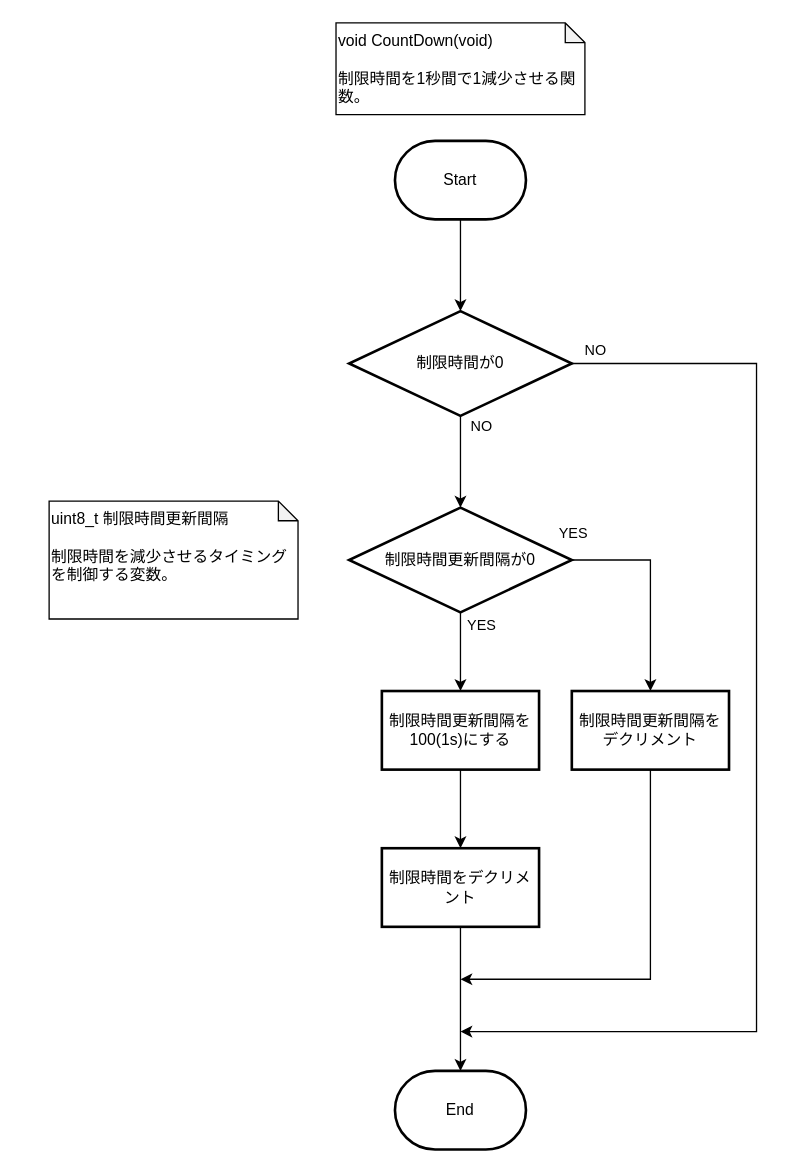
Earlier version of the draw.io diagram page "カウントダウン" (5 of 7) of 資料/設計書/フローチャート/モグラ叩き_フローチャート_ゲーム中.drawio (hakohumi/comp.train.whack-a-mole). Source tidied: cells renumbered, new cells numbered last; positions are measured from the earlier drawing's top-left corner, leaving out a move shared by most shapes. Both pictures are drawn from the tidied source at 131%, with x=0, y=0 at pixel (48, 22).
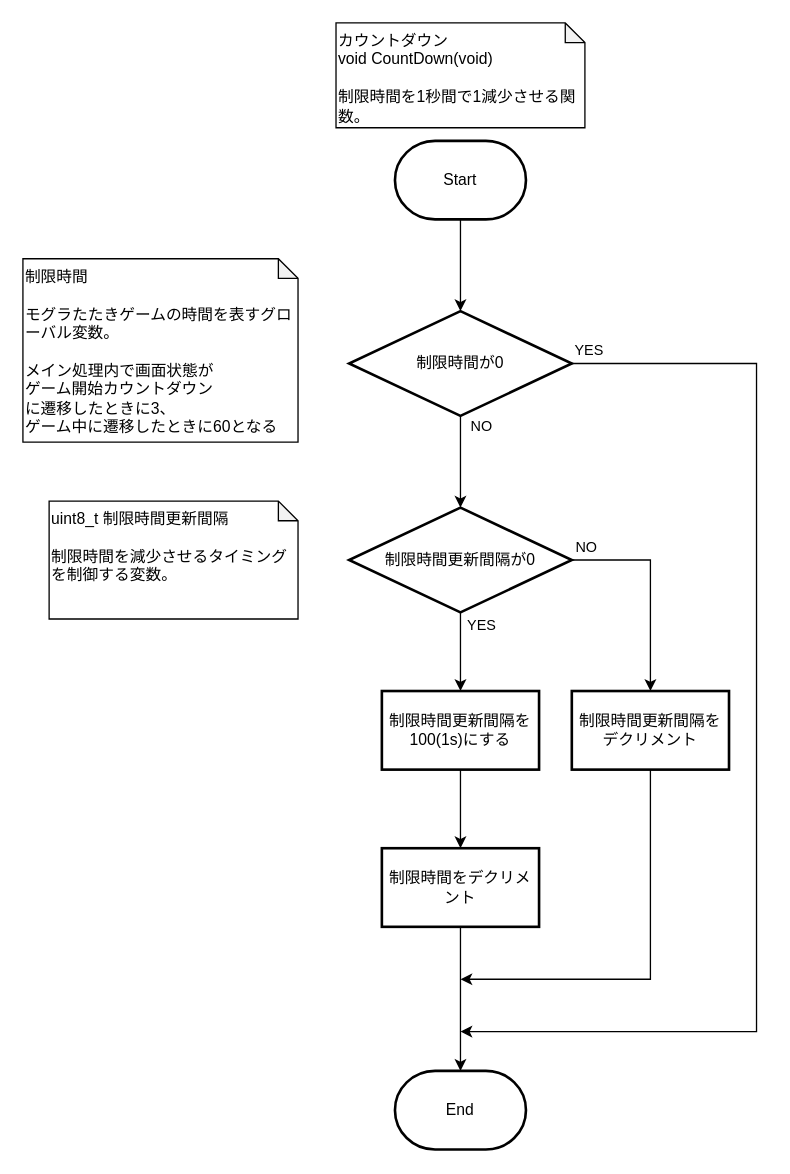
After the change.

Unchanged cells that the change refers to:
```xml
<mxCell id="6" value="制限時間が0" style="rhombus;whiteSpace=wrap;html=1;strokeWidth=2;" parent="1" vertex="1">
  <mxGeometry x="229" y="220" width="170" height="80" as="geometry" />
</mxCell>
<mxCell id="12" value="制限時間更新間隔を&lt;br&gt;デクリメント" style="whiteSpace=wrap;html=1;strokeWidth=2;" parent="1" vertex="1">
  <mxGeometry x="399" y="510" width="120" height="60" as="geometry" />
</mxCell>
<mxCell id="16" value="制限時間更新間隔が0" style="rhombus;whiteSpace=wrap;html=1;strokeWidth=2;" parent="1" vertex="1">
  <mxGeometry x="229" y="370" width="170" height="80" as="geometry" />
</mxCell>
```

The edit, as a diff of the source:
```diff
@@
-    <mxCell id="5" value="YES" style="edgeStyle=orthogonalEdgeStyle;rounded=0;jettySize=auto;html=1;exitX=1;exitY=0.5;exitDx=0;exitDy=0;" parent="1" edge="1" source="16" target="12">
-      <mxGeometry x="-0.99" y="20" relative="1" as="geometry" />
+    <mxCell id="5" value="NO" style="edgeStyle=orthogonalEdgeStyle;rounded=0;jettySize=auto;html=1;exitX=1;exitY=0.5;exitDx=0;exitDy=0;" parent="1" edge="1" source="16" target="12">
+      <mxGeometry x="-0.86" y="10" relative="1" as="geometry" />
     </mxCell>
@@
-    <mxCell id="15" value="NO" style="edgeStyle=orthogonalEdgeStyle;rounded=0;jettySize=auto;html=1;exitX=1;exitY=0.5;exitDx=0;exitDy=0;" parent="1" edge="1" source="6">
-      <mxGeometry x="-0.96" y="10" relative="1" as="geometry">
+    <mxCell id="15" value="YES" style="edgeStyle=orthogonalEdgeStyle;rounded=0;jettySize=auto;html=1;exitX=1;exitY=0.5;exitDx=0;exitDy=0;" parent="1" edge="1" source="6">
+      <mxGeometry x="-0.97" y="10" relative="1" as="geometry">
         <mxPoint x="314" y="770" as="targetPoint" />
         <Array as="points">
           <mxPoint x="540" y="260" />
           <mxPoint x="540" y="770" />
         </Array>
       </mxGeometry>
     </mxCell>
@@
-    <mxCell id="18" value="void CountDown(void)&lt;br&gt;&lt;br&gt;制限時間を1秒間で1減少させる関数。" style="shape=note;whiteSpace=wrap;html=1;backgroundOutline=1;darkOpacity=0.05;align=left;size=15;verticalAlign=top;" parent="1" vertex="1">
-      <mxGeometry x="219" width="190" height="70" as="geometry" />
+    <mxCell id="18" value="カウントダウン&lt;br&gt;void CountDown(void)&lt;br&gt;&lt;br&gt;制限時間を1秒間で1減少させる関数。" style="shape=note;whiteSpace=wrap;html=1;backgroundOutline=1;darkOpacity=0.05;align=left;size=15;verticalAlign=top;" parent="1" vertex="1">
+      <mxGeometry x="219" width="190" height="80" as="geometry" />
     </mxCell>
+    <mxCell id="19" value="制限時間&lt;br&gt;&lt;br&gt;モグラたたきゲームの時間を表すグローバル変数。&lt;br&gt;&lt;br&gt;メイン処理内で画面状態が&lt;br&gt;ゲーム開始カウントダウン&lt;br&gt;に遷移したときに3、&lt;br&gt;ゲーム中に遷移したときに60となる" style="shape=note;whiteSpace=wrap;html=1;backgroundOutline=1;darkOpacity=0.05;align=left;size=15;verticalAlign=top;" parent="1" vertex="1">
+      <mxGeometry x="-20" y="180" width="210" height="140" as="geometry" />
+    </mxCell>
```
